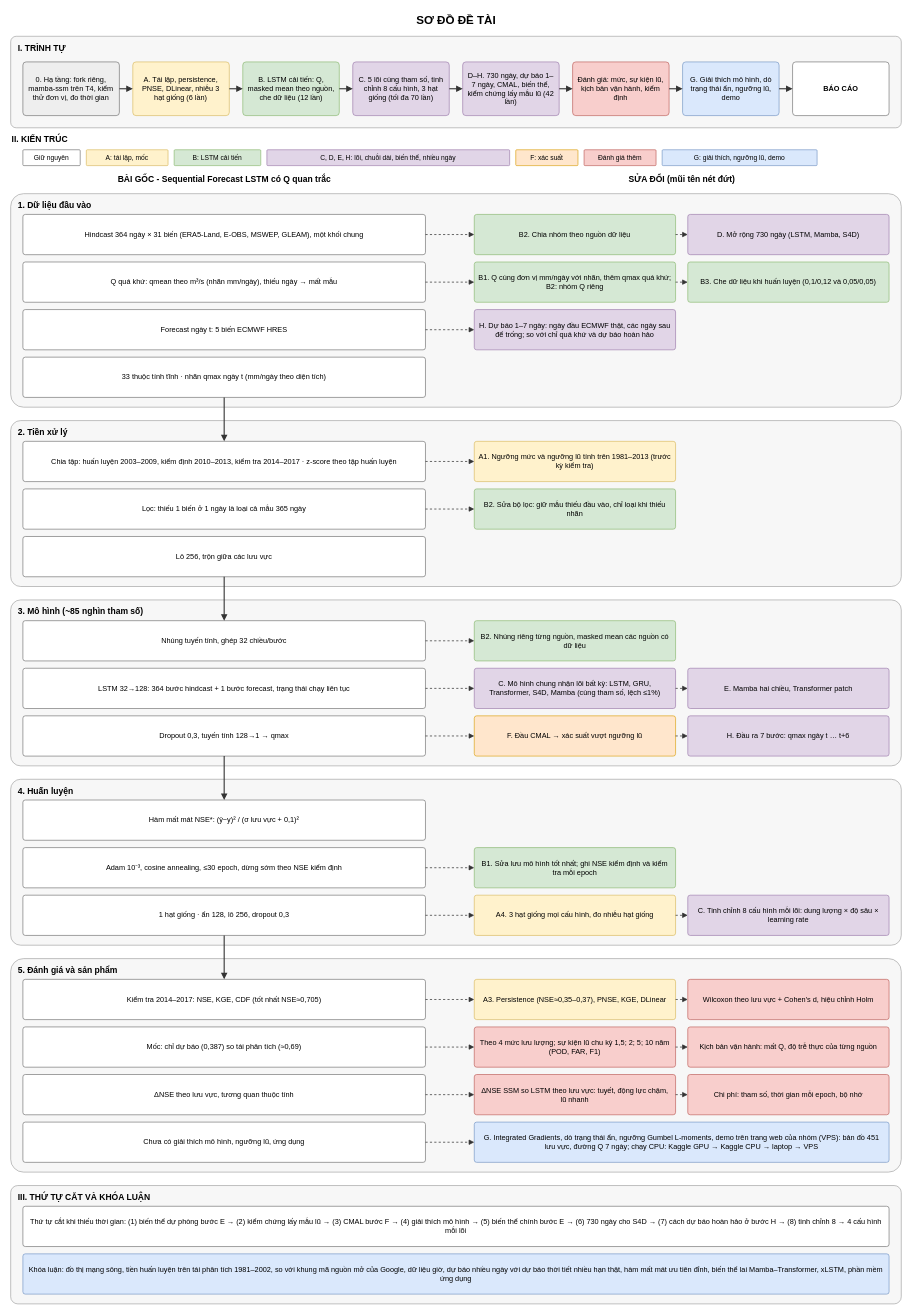
Ticasslo/TieuLuanChuyenNganh keeps this draw.io diagram as Diagrams/ProjectDiagram.drawio. Above is the earlier version. Source tidied: cells renumbered, new cells numbered last; positions are measured from the earlier drawing's top-left corner, leaving out a move shared by most shapes. Both pictures are drawn from the tidied source at 61%, with x=0, y=0 at pixel (10, 10).
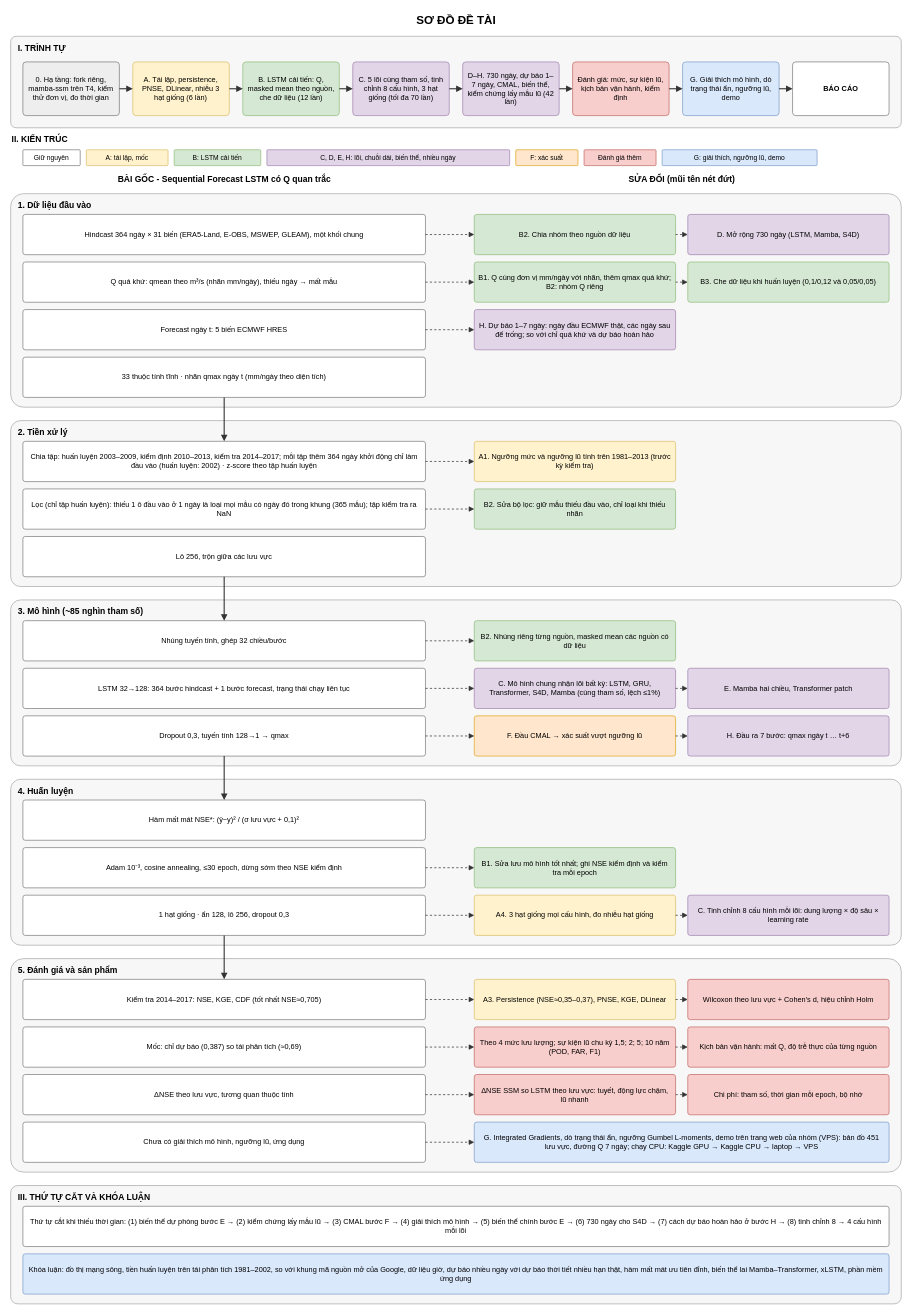
The same page after the edit.

What changed in the source:
```diff
@@
-    <mxCell id="45" value="Chia tập: huấn luyện 2003–2009, kiểm định 2010–2013, kiểm tra 2014–2017 · z-score theo tập huấn luyện" style="rounded=1;arcSize=6;whiteSpace=wrap;html=1;fillColor=#ffffff;strokeColor=#666666;fontSize=12;align=center;spacingLeft=6;spacingRight=6;" parent="1" vertex="1">
+    <mxCell id="45" value="Chia tập: huấn luyện 2003–2009, kiểm định 2010–2013, kiểm tra 2014–2017; mỗi tập thêm 364 ngày khởi động chỉ làm đầu vào (huấn luyện: 2002) · z-score theo tập huấn luyện" style="rounded=1;arcSize=6;whiteSpace=wrap;html=1;fillColor=#ffffff;strokeColor=#666666;fontSize=12;align=center;spacingLeft=6;spacingRight=6;" parent="1" vertex="1">
       <mxGeometry x="20" y="706" width="660" height="66" as="geometry" />
     </mxCell>
@@
-    <mxCell id="49" value="Lọc: thiếu 1 biến ở 1 ngày là loại cả mẫu 365 ngày" style="rounded=1;arcSize=6;whiteSpace=wrap;html=1;fillColor=#ffffff;strokeColor=#666666;fontSize=12;align=center;spacingLeft=6;spacingRight=6;" parent="1" vertex="1">
+    <mxCell id="49" value="Lọc (chỉ tập huấn luyện): thiếu 1 ô đầu vào ở 1 ngày là loại mọi mẫu có ngày đó trong khung (365 mẫu); tập kiểm tra ra NaN" style="rounded=1;arcSize=6;whiteSpace=wrap;html=1;fillColor=#ffffff;strokeColor=#666666;fontSize=12;align=center;spacingLeft=6;spacingRight=6;" parent="1" vertex="1">
       <mxGeometry x="20" y="784" width="660" height="66" as="geometry" />
     </mxCell>
```
